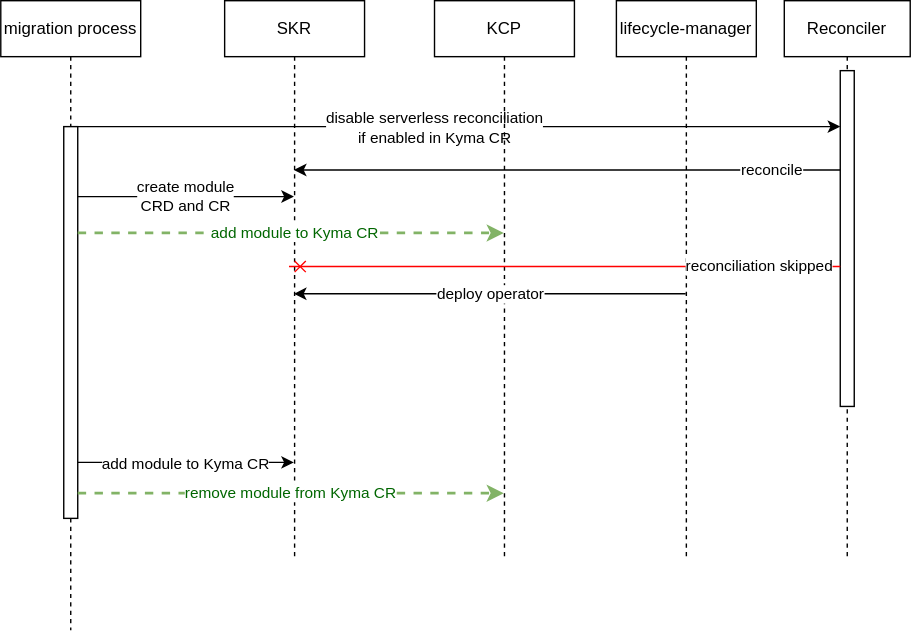
kyma-project/community keeps this draw.io diagram as concepts/modularization/assets/migration.drawio.svg. Above is the earlier version. Source tidied: cells renumbered, new cells last; positions are measured from the earlier drawing's top-left corner, leaving out a move shared by most shapes.
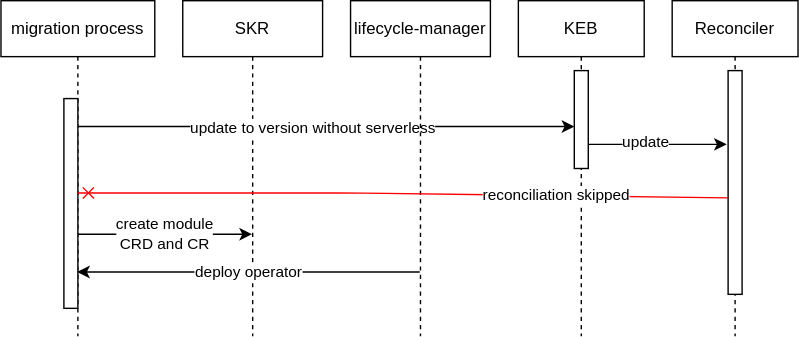
Above is the later version.

Commit message:
Update after discussion and review

Diff of the diagram source:
```diff
@@ -3,99 +3,71 @@
     <mxCell id="0" />
     <mxCell id="1" parent="0" />
     <mxCell id="2" value="SKR" style="shape=umlLifeline;perimeter=lifelinePerimeter;whiteSpace=wrap;html=1;" parent="1" vertex="1">
-      <mxGeometry x="160" width="100" height="400" as="geometry" />
+      <mxGeometry x="160" width="100" height="240" as="geometry" />
     </mxCell>
-    <mxCell id="3" value="reconcile" style="edgeStyle=none;html=1;" parent="1" edge="1">
-      <mxGeometry x="-0.7" relative="1" as="geometry">
-        <mxPoint x="609.5" y="121" as="sourcePoint" />
-        <mxPoint x="209.5" y="121" as="targetPoint" />
-        <mxPoint x="1" as="offset" />
-      </mxGeometry>
-    </mxCell>
-    <mxCell id="4" value="Reconciler" style="shape=umlLifeline;perimeter=lifelinePerimeter;whiteSpace=wrap;html=1;lifelineDashed=1;" parent="1" vertex="1">
-      <mxGeometry x="560" width="90" height="400" as="geometry" />
+    <mxCell id="4" value="KEB" style="shape=umlLifeline;perimeter=lifelinePerimeter;whiteSpace=wrap;html=1;lifelineDashed=1;" parent="1" vertex="1">
+      <mxGeometry x="400" width="90" height="240" as="geometry" />
     </mxCell>
     <mxCell id="5" style="html=1;perimeter=orthogonalPerimeter;" parent="4" vertex="1">
-      <mxGeometry x="40" y="50" width="10" height="240" as="geometry" />
+      <mxGeometry x="40" y="50" width="10" height="70" as="geometry" />
     </mxCell>
     <mxCell id="6" style="edgeStyle=none;html=1;" parent="1" edge="1" source="10">
       <mxGeometry relative="1" as="geometry">
-        <mxPoint x="600" y="90" as="targetPoint" />
+        <mxPoint x="440" y="90" as="targetPoint" />
         <Array as="points">
           <mxPoint x="340" y="90" />
         </Array>
       </mxGeometry>
     </mxCell>
-    <mxCell id="7" value="disable serverless reconciliation&lt;br&gt;if enabled in Kyma CR" style="edgeLabel;html=1;align=center;verticalAlign=middle;" parent="6" vertex="1">
+    <mxCell id="7" value="update to version without serverless" style="edgeLabel;html=1;align=center;verticalAlign=middle;" parent="6" vertex="1">
       <mxGeometry x="-0.06" y="1" relative="1" as="geometry">
         <mxPoint x="1" y="1" as="offset" />
       </mxGeometry>
     </mxCell>
-    <mxCell id="8" style="edgeStyle=none;html=1;" parent="1" edge="1">
-      <mxGeometry relative="1" as="geometry">
-        <mxPoint x="49.5" y="330" as="sourcePoint" />
-        <mxPoint x="209.5" y="330" as="targetPoint" />
-        <Array as="points">
-          <mxPoint x="170" y="330" />
-        </Array>
-      </mxGeometry>
-    </mxCell>
-    <mxCell id="9" value="add module to Kyma CR" style="edgeLabel;html=1;align=center;verticalAlign=middle;" parent="8" vertex="1">
-      <mxGeometry x="0.02" y="3" relative="1" as="geometry">
-        <mxPoint y="3" as="offset" />
-      </mxGeometry>
-    </mxCell>
     <mxCell id="10" value="migration process" style="shape=umlLifeline;perimeter=lifelinePerimeter;whiteSpace=wrap;html=1;outlineConnect=0;" parent="1" vertex="1">
-      <mxGeometry width="100" height="450" as="geometry" />
+      <mxGeometry x="30" width="110" height="240" as="geometry" />
     </mxCell>
     <mxCell id="11" style="html=1;perimeter=orthogonalPerimeter;" parent="10" vertex="1">
-      <mxGeometry x="45" y="90" width="10" height="280" as="geometry" />
+      <mxGeometry x="45" y="70" width="10" height="150" as="geometry" />
     </mxCell>
+    <mxCell id="15" value="&lt;meta charset=&quot;utf-8&quot;&gt;&lt;span style=&quot;color: rgb(0, 0, 0); font-family: helvetica; font-size: 11px; font-style: normal; font-weight: 400; letter-spacing: normal; text-align: center; text-indent: 0px; text-transform: none; word-spacing: 0px; background-color: rgb(255, 255, 255); display: inline; float: none;&quot;&gt;deploy operator&lt;/span&gt;" style="edgeStyle=none;html=1;fontColor=#000000;endArrow=classic;endFill=1;strokeColor=#000000;strokeWidth=1;" parent="1" edge="1">
+      <mxGeometry relative="1" as="geometry">
+        <mxPoint x="329.5" y="194" as="sourcePoint" />
+        <mxPoint x="84.5" y="194" as="targetPoint" />
+      </mxGeometry>
+    </mxCell>
+    <mxCell id="14" value="lifecycle-manager" style="shape=umlLifeline;perimeter=lifelinePerimeter;whiteSpace=wrap;html=1;lifelineDashed=1;" parent="1" vertex="1">
+      <mxGeometry x="280" width="100" height="240" as="geometry" />
+    </mxCell>
+    <mxCell id="19" value="Reconciler" style="shape=umlLifeline;perimeter=lifelinePerimeter;whiteSpace=wrap;html=1;lifelineDashed=1;" parent="1" vertex="1">
+      <mxGeometry x="510" width="90" height="240" as="geometry" />
+    </mxCell>
+    <mxCell id="20" style="html=1;perimeter=orthogonalPerimeter;" parent="19" vertex="1">
+      <mxGeometry x="40" y="50" width="10" height="160" as="geometry" />
+    </mxCell>
+    <mxCell id="21" style="edgeStyle=none;html=1;entryX=-0.1;entryY=0.217;entryDx=0;entryDy=0;entryPerimeter=0;fontColor=#006600;endArrow=classic;endFill=1;strokeColor=#000000;strokeWidth=1;" parent="1" edge="1">
+      <mxGeometry relative="1" as="geometry">
+        <mxPoint x="450" y="102.7" as="sourcePoint" />
+        <mxPoint x="549" y="102.7" as="targetPoint" />
+      </mxGeometry>
+    </mxCell>
+    <mxCell id="22" value="&lt;font color=&quot;#000000&quot;&gt;update&lt;/font&gt;" style="edgeLabel;html=1;align=center;verticalAlign=middle;fontColor=#006600;" parent="21" vertex="1">
+      <mxGeometry x="-0.19" y="2" relative="1" as="geometry" />
+    </mxCell>
+    <mxCell id="16" value="reconciliation skipped" style="edgeStyle=none;html=1;strokeColor=#FF0000;endArrow=cross;endFill=0;exitX=0;exitY=0.519;exitDx=0;exitDy=0;exitPerimeter=0;" parent="1" edge="1">
+      <mxGeometry x="-0.47" relative="1" as="geometry">
+        <mxPoint x="550" y="141" as="sourcePoint" />
+        <mxPoint x="84.5" y="137.5" as="targetPoint" />
+        <Array as="points">
+          <mxPoint x="280" y="137.5" />
+        </Array>
+      </mxGeometry>
+    </mxCell>
-    <mxCell id="12" value="create module&lt;br&gt;CRD and CR" style="edgeStyle=none;html=1;" parent="1" edge="1">
+    <mxCell id="12" value="&lt;meta charset=&quot;utf-8&quot;&gt;&lt;span style=&quot;color: rgb(0, 0, 0); font-family: helvetica; font-size: 11px; font-style: normal; font-weight: 400; letter-spacing: normal; text-align: center; text-indent: 0px; text-transform: none; word-spacing: 0px; background-color: rgb(255, 255, 255); display: inline; float: none;&quot;&gt;create module&lt;/span&gt;&lt;br style=&quot;color: rgb(0, 0, 0); font-family: helvetica; font-size: 11px; font-style: normal; font-weight: 400; letter-spacing: normal; text-align: center; text-indent: 0px; text-transform: none; word-spacing: 0px;&quot;&gt;&lt;span style=&quot;color: rgb(0, 0, 0); font-family: helvetica; font-size: 11px; font-style: normal; font-weight: 400; letter-spacing: normal; text-align: center; text-indent: 0px; text-transform: none; word-spacing: 0px; background-color: rgb(255, 255, 255); display: inline; float: none;&quot;&gt;CRD and CR&lt;/span&gt;" style="edgeStyle=none;html=1;fontColor=#000000;endArrow=classic;endFill=1;strokeColor=#000000;strokeWidth=1;" parent="1" edge="1">
       <mxGeometry relative="1" as="geometry">
-        <mxPoint x="55" y="140" as="sourcePoint" />
-        <mxPoint x="209.5" y="140" as="targetPoint" />
-        <Array as="points">
-          <mxPoint x="80" y="140" />
-        </Array>
+        <mxPoint x="85" y="167" as="sourcePoint" />
+        <mxPoint x="209.5" y="167" as="targetPoint" />
       </mxGeometry>
     </mxCell>
-    <mxCell id="13" value="KCP" style="shape=umlLifeline;perimeter=lifelinePerimeter;whiteSpace=wrap;html=1;lifelineDashed=1;fixDash=0;" parent="1" vertex="1">
-      <mxGeometry x="310" width="100" height="400" as="geometry" />
-    </mxCell>
-    <mxCell id="14" value="lifecycle-manager" style="shape=umlLifeline;perimeter=lifelinePerimeter;whiteSpace=wrap;html=1;lifelineDashed=1;" parent="1" vertex="1">
-      <mxGeometry x="440" width="100" height="400" as="geometry" />
-    </mxCell>
-    <mxCell id="15" value="&lt;meta charset=&quot;utf-8&quot;&gt;&lt;span style=&quot;color: rgb(0, 0, 0); font-family: helvetica; font-size: 11px; font-style: normal; font-weight: 400; letter-spacing: normal; text-align: center; text-indent: 0px; text-transform: none; word-spacing: 0px; background-color: rgb(255, 255, 255); display: inline; float: none;&quot;&gt;deploy operator&lt;/span&gt;" style="edgeStyle=none;html=1;" parent="14" edge="1">
-      <mxGeometry relative="1" as="geometry">
-        <mxPoint x="49.5" y="209.5" as="sourcePoint" />
-        <mxPoint x="-230.5" y="209.5" as="targetPoint" />
-        <Array as="points">
-          <mxPoint y="209.5" />
-        </Array>
-      </mxGeometry>
-    </mxCell>
-    <mxCell id="16" value="reconciliation skipped" style="edgeStyle=none;html=1;strokeColor=#FF0000;endArrow=cross;endFill=0;" parent="14" edge="1">
-      <mxGeometry x="-0.7" relative="1" as="geometry">
-        <mxPoint x="160" y="190" as="sourcePoint" />
-        <mxPoint x="-234" y="190" as="targetPoint" />
-        <mxPoint x="1" as="offset" />
-      </mxGeometry>
-    </mxCell>
-    <mxCell id="17" value="&lt;font color=&quot;#006600&quot;&gt;add module to Kyma CR&lt;/font&gt;" style="edgeStyle=none;html=1;dashed=1;fillColor=#d5e8d4;strokeColor=#82b366;strokeWidth=2;" parent="1" edge="1">
-      <mxGeometry x="0.02" relative="1" as="geometry">
-        <mxPoint x="55" y="166" as="sourcePoint" />
-        <mxPoint x="359.5" y="166" as="targetPoint" />
-        <Array as="points">
-          <mxPoint x="340" y="166" />
-        </Array>
-      </mxGeometry>
-    </mxCell>
-    <mxCell id="18" value="&lt;font color=&quot;#006600&quot;&gt;remove module from Kyma CR&lt;/font&gt;" style="edgeStyle=none;html=1;dashed=1;fillColor=#d5e8d4;strokeColor=#82b366;strokeWidth=2;" parent="1" edge="1">
-      <mxGeometry relative="1" as="geometry">
-        <mxPoint x="55" y="352" as="sourcePoint" />
-        <mxPoint x="359.5" y="352" as="targetPoint" />
-      </mxGeometry>
-    </mxCell>
   </root>
 </mxGraphModel>
```
